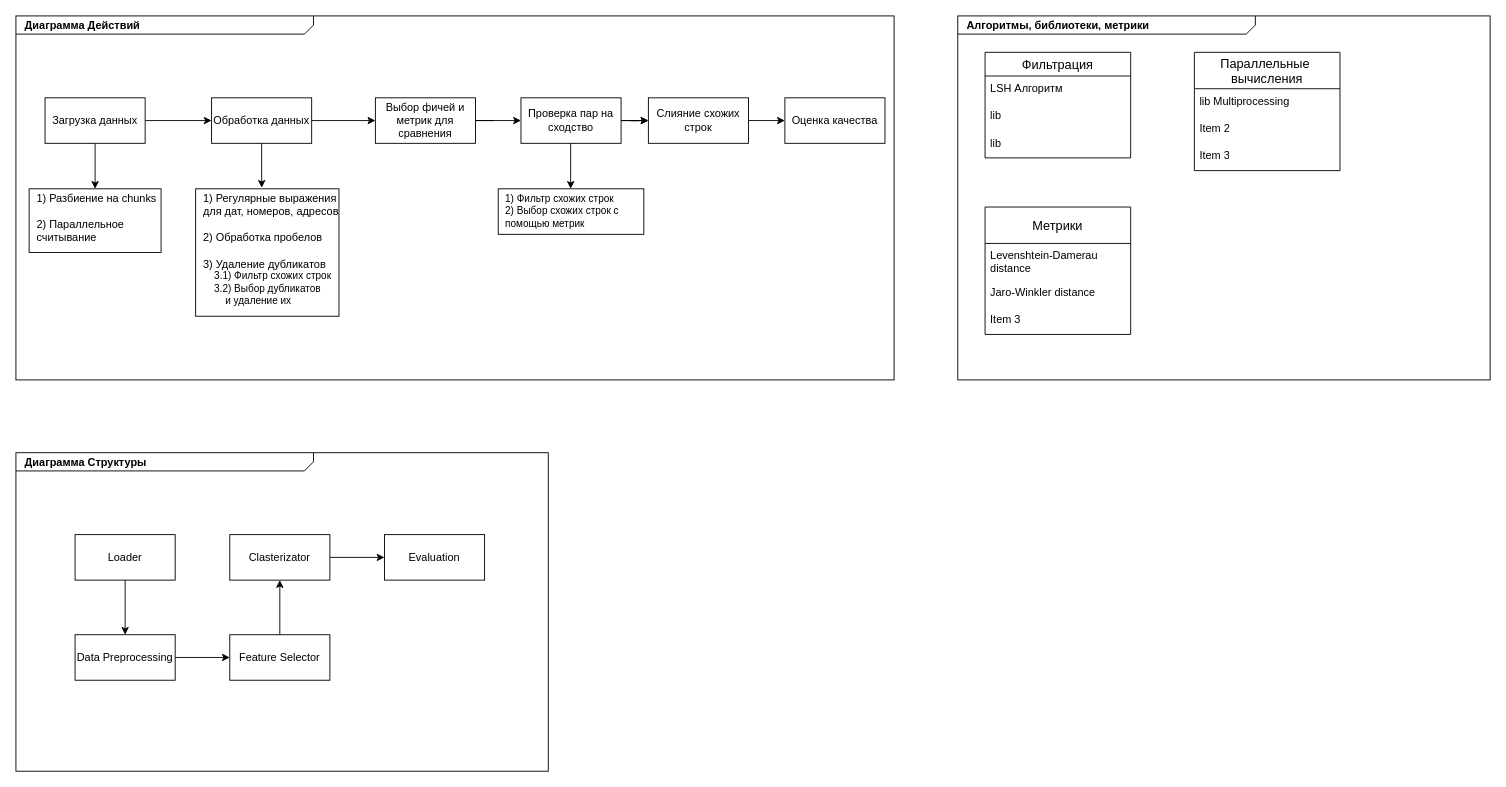
This is Диаграмма без названия.drawio from WhyZosa/RECORD_LINKAGE, a draw.io file, before an edit. Source tidied: cells renumbered, new cells numbered last; positions are measured from the earlier drawing's top-left corner, leaving out a move shared by most shapes. Both pictures are drawn from the tidied source at 91%, with x=0, y=0 at pixel (15, 15).
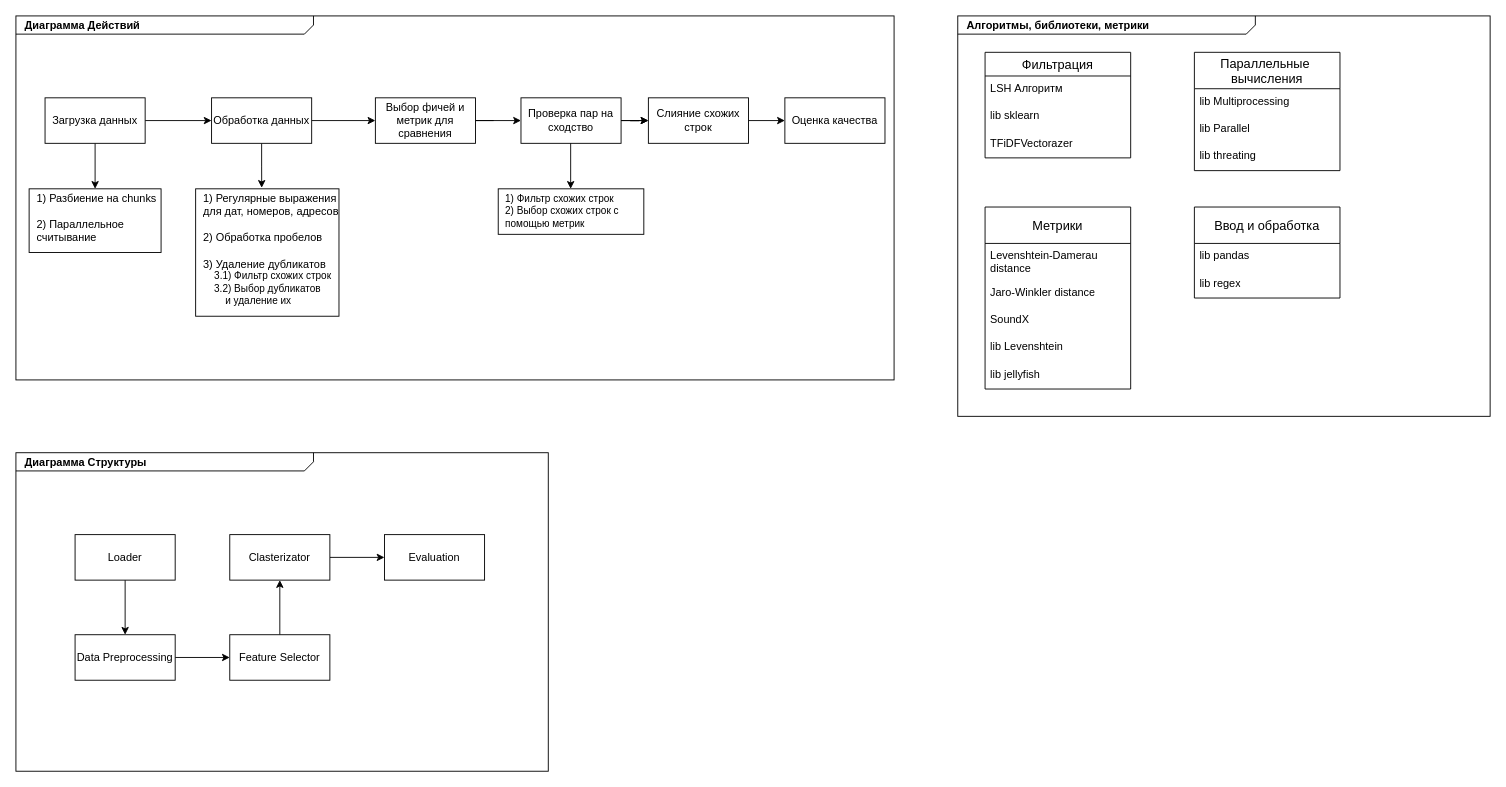
After the change.

The change refers to these unchanged cells:
```xml
<mxCell id="32" value="Фильтрация" style="swimlane;fontStyle=0;horizontal=1;startSize=26;align=center;fontSize=14;" parent="1" vertex="1">
  <mxGeometry x="1065" y="40" width="160" height="116" as="geometry" />
</mxCell>
<mxCell id="36" value="Параллельные &#10;вычисления" style="swimlane;fontStyle=0;horizontal=1;startSize=40;align=center;fontSize=14;" parent="1" vertex="1">
  <mxGeometry x="1295" y="40" width="160" height="130" as="geometry" />
</mxCell>
```

The edit, as a diff of the source:
```diff
@@
     <mxCell id="31" value="&lt;p style=&quot;margin: 0px ; margin-top: 4px ; margin-left: 10px ; text-align: left&quot;&gt;&lt;b&gt;Алгоритмы, библиотеки, метрики&lt;/b&gt;&lt;/p&gt;" style="html=1;strokeWidth=1;shape=mxgraph.sysml.package;html=1;overflow=fill;whiteSpace=wrap;fillColor=none;gradientColor=none;fontSize=12;align=center;labelX=327.64;" parent="1" vertex="1">
-      <mxGeometry x="1035" width="585" height="400" as="geometry" />
+      <mxGeometry x="1035" width="585" height="440" as="geometry" />
     </mxCell>
@@
-    <mxCell id="34" value="lib&amp;nbsp;" style="text;strokeColor=none;fillColor=none;spacingLeft=4;spacingRight=4;overflow=hidden;fontSize=12;whiteSpace=wrap;html=1;" parent="32" vertex="1">
+    <mxCell id="34" value="lib sklearn" style="text;strokeColor=none;fillColor=none;spacingLeft=4;spacingRight=4;overflow=hidden;fontSize=12;whiteSpace=wrap;html=1;" parent="32" vertex="1">
       <mxGeometry y="56" width="160" height="30" as="geometry" />
     </mxCell>
-    <mxCell id="35" value="lib&amp;nbsp;" style="text;strokeColor=none;fillColor=none;spacingLeft=4;spacingRight=4;overflow=hidden;fontSize=12;whiteSpace=wrap;html=1;" parent="32" vertex="1">
+    <mxCell id="35" value="TFiDFVectorazer" style="text;strokeColor=none;fillColor=none;spacingLeft=4;spacingRight=4;overflow=hidden;fontSize=12;whiteSpace=wrap;html=1;" parent="32" vertex="1">
       <mxGeometry y="86" width="160" height="30" as="geometry" />
     </mxCell>
@@
-    <mxCell id="38" value="Item 2" style="text;strokeColor=none;fillColor=none;spacingLeft=4;spacingRight=4;overflow=hidden;fontSize=12;whiteSpace=wrap;html=1;" parent="36" vertex="1">
+    <mxCell id="38" value="lib Parallel" style="text;strokeColor=none;fillColor=none;spacingLeft=4;spacingRight=4;overflow=hidden;fontSize=12;whiteSpace=wrap;html=1;" parent="36" vertex="1">
       <mxGeometry y="70" width="160" height="30" as="geometry" />
     </mxCell>
-    <mxCell id="39" value="Item 3" style="text;strokeColor=none;fillColor=none;spacingLeft=4;spacingRight=4;overflow=hidden;fontSize=12;whiteSpace=wrap;html=1;" parent="36" vertex="1">
+    <mxCell id="39" value="lib threating" style="text;strokeColor=none;fillColor=none;spacingLeft=4;spacingRight=4;overflow=hidden;fontSize=12;whiteSpace=wrap;html=1;" parent="36" vertex="1">
       <mxGeometry y="100" width="160" height="30" as="geometry" />
     </mxCell>
     <mxCell id="40" value="Метрики" style="swimlane;fontStyle=0;horizontal=1;startSize=40;align=center;fontSize=14;" parent="1" vertex="1">
-      <mxGeometry x="1065" y="210" width="160" height="140" as="geometry" />
+      <mxGeometry x="1065" y="210" width="160" height="200" as="geometry" />
     </mxCell>
@@
-    <mxCell id="43" value="Item 3" style="text;strokeColor=none;fillColor=none;spacingLeft=4;spacingRight=4;overflow=hidden;fontSize=12;whiteSpace=wrap;html=1;" parent="40" vertex="1">
+    <mxCell id="43" value="SoundX" style="text;strokeColor=none;fillColor=none;spacingLeft=4;spacingRight=4;overflow=hidden;fontSize=12;whiteSpace=wrap;html=1;" parent="40" vertex="1">
       <mxGeometry y="110" width="160" height="30" as="geometry" />
     </mxCell>
+    <mxCell id="44" value="lib Levenshtein" style="text;strokeColor=none;fillColor=none;spacingLeft=4;spacingRight=4;overflow=hidden;fontSize=12;whiteSpace=wrap;html=1;" parent="40" vertex="1">
+      <mxGeometry y="140" width="160" height="30" as="geometry" />
+    </mxCell>
+    <mxCell id="45" value="lib jellyfish" style="text;strokeColor=none;fillColor=none;spacingLeft=4;spacingRight=4;overflow=hidden;fontSize=12;whiteSpace=wrap;html=1;" parent="40" vertex="1">
+      <mxGeometry y="170" width="160" height="30" as="geometry" />
+    </mxCell>
+    <mxCell id="46" value="Ввод и обработка" style="swimlane;fontStyle=0;horizontal=1;startSize=40;align=center;fontSize=14;" parent="1" vertex="1">
+      <mxGeometry x="1295" y="210" width="160" height="100" as="geometry" />
+    </mxCell>
+    <mxCell id="47" value="lib pandas" style="text;strokeColor=none;fillColor=none;spacingLeft=4;spacingRight=4;overflow=hidden;fontSize=12;whiteSpace=wrap;html=1;" parent="46" vertex="1">
+      <mxGeometry y="40" width="160" height="30" as="geometry" />
+    </mxCell>
+    <mxCell id="48" value="lib regex" style="text;strokeColor=none;fillColor=none;spacingLeft=4;spacingRight=4;overflow=hidden;fontSize=12;whiteSpace=wrap;html=1;" parent="46" vertex="1">
+      <mxGeometry y="70" width="160" height="30" as="geometry" />
+    </mxCell>
```
